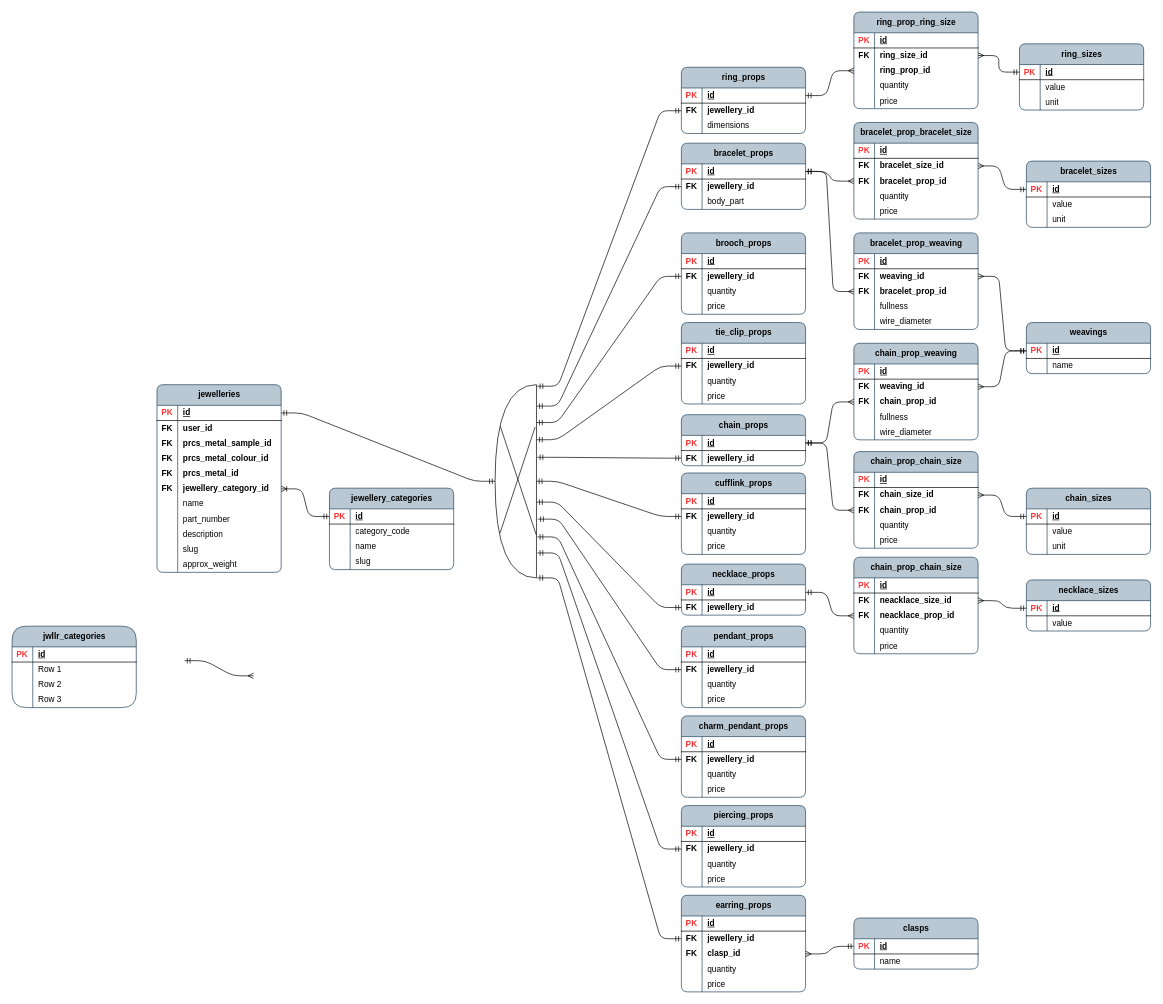
This is page "categories" (6 of 6) of jewellery_items.drawio from acwstudio/app-ben-brumm, a draw.io file, before an edit. Source tidied: cells renumbered, new cells numbered last; positions are measured from the earlier drawing's top-left corner, leaving out a move shared by most shapes. Both pictures are drawn from the tidied source at 69%, with x=0, y=0 at pixel (12, 12).
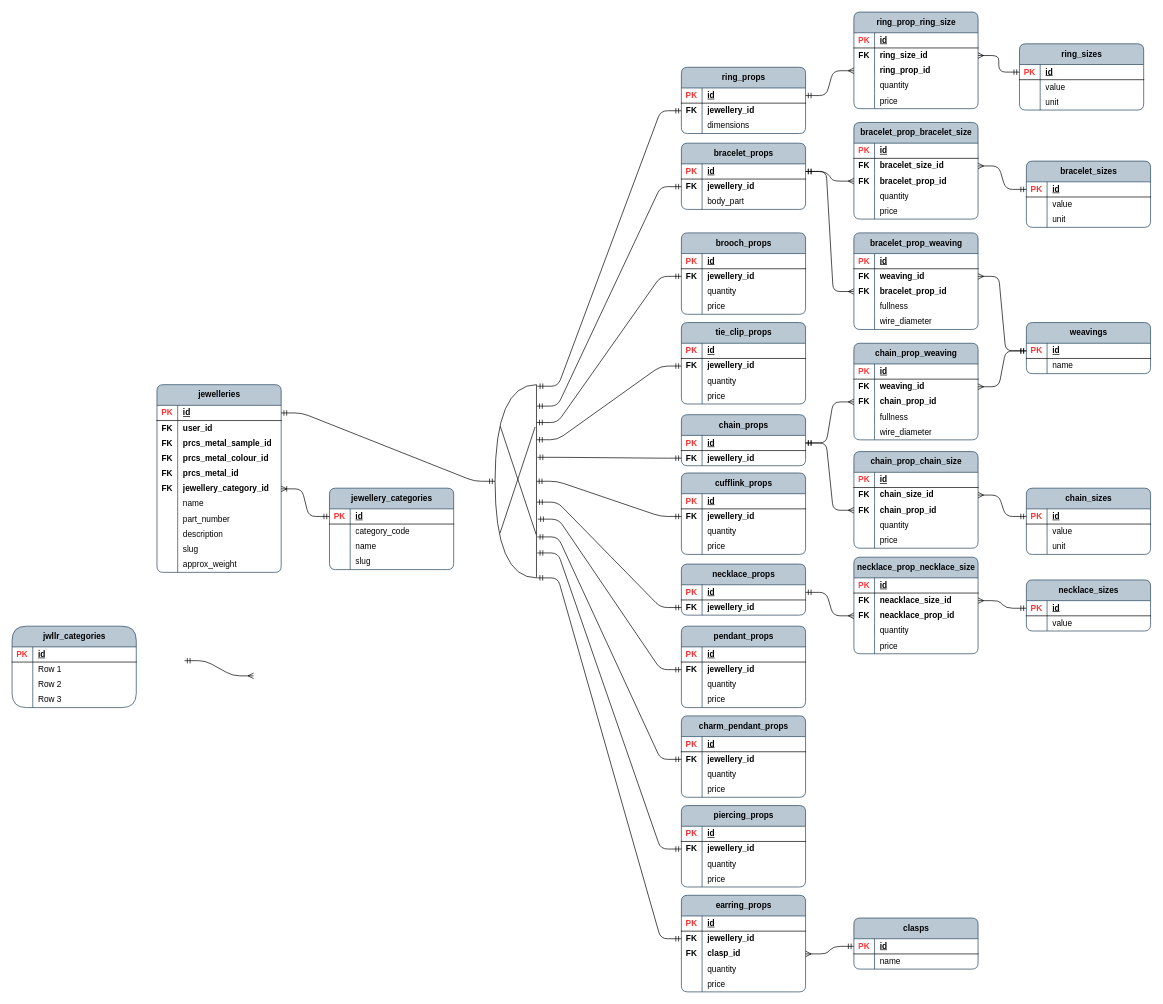
The same diagram, later.

Commit message (it also covers changes not shown here):
added chain properties

What changed in the source:
```diff
@@
-    <mxCell id="274" value="chain_prop_chain_size" style="shape=table;startSize=30;childLayout=tableLayout;rowLines=0;fontStyle=1;align=center;html=1;rounded=1;swimlaneFillColor=none;fillColor=#bac8d3;strokeColor=#23445d;columnLines=1;arcSize=10;" parent="1" vertex="1">
+    <mxCell id="274" value="necklace_prop_necklace_size" style="shape=table;startSize=30;childLayout=tableLayout;rowLines=0;fontStyle=1;align=center;html=1;rounded=1;swimlaneFillColor=none;fillColor=#bac8d3;strokeColor=#23445d;columnLines=1;arcSize=10;" parent="1" vertex="1">
       <mxGeometry x="1220" y="790" width="180" height="140" as="geometry" />
     </mxCell>
```
